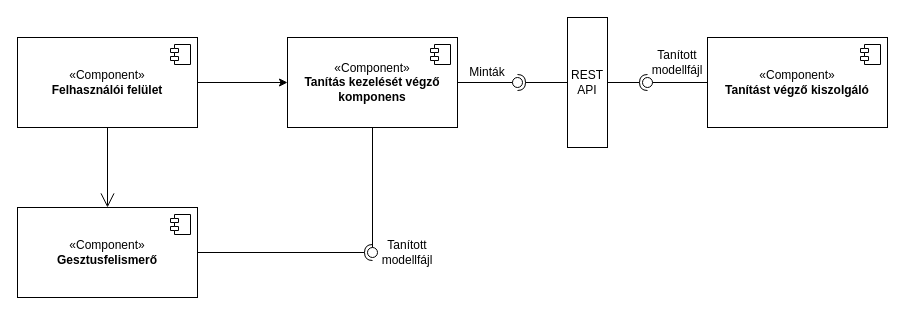
Before: Diagramok/Komponensdiagram.drawio in Excal21/GestureBoard, a draw.io diagram. Source tidied: cells renumbered, new cells numbered last; positions are measured from the earlier drawing's top-left corner, leaving out a move shared by most shapes. Both pictures are drawn from the tidied source at 100%, with x=0, y=0 at pixel (17, 17).
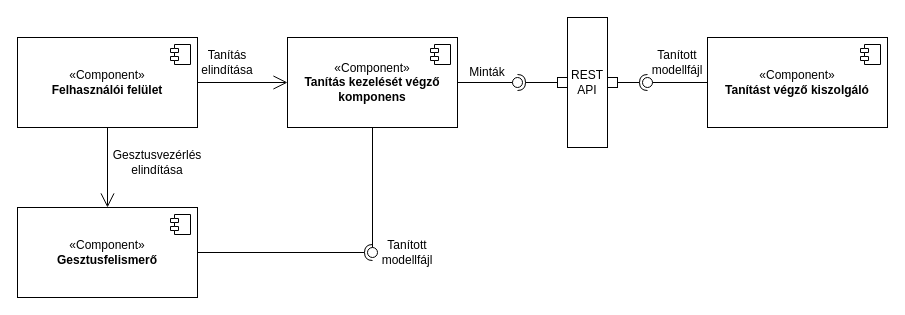
The same diagram, later.

The change refers to these unchanged cells:
```xml
<mxCell id="2" value="«Component&lt;span style=&quot;background-color: transparent; color: light-dark(rgb(0, 0, 0), rgb(255, 255, 255));&quot;&gt;»&lt;/span&gt;&lt;div&gt;&lt;b&gt;Felhasználói felület&lt;/b&gt;&lt;/div&gt;" style="html=1;whiteSpace=wrap;" parent="1" vertex="1">
  <mxGeometry y="20" width="180" height="90" as="geometry" />
</mxCell>
<mxCell id="4" value="«Component»&lt;br&gt;&lt;b&gt;Gesztusfelismerő&lt;/b&gt;" style="html=1;whiteSpace=wrap;" parent="1" vertex="1">
  <mxGeometry y="190" width="180" height="90" as="geometry" />
</mxCell>
<mxCell id="7" value="«Component»&lt;br&gt;&lt;b&gt;Tanítás kezelését végző komponens&lt;/b&gt;" style="html=1;whiteSpace=wrap;" parent="1" vertex="1">
  <mxGeometry x="270" y="20" width="170" height="90" as="geometry" />
</mxCell>
<mxCell id="16" value="REST API" style="html=1;whiteSpace=wrap;direction=south;" parent="1" vertex="1">
  <mxGeometry x="550" width="40" height="130" as="geometry" />
</mxCell>
```

Change to the diagram source:
```diff
@@
-    <mxCell id="6" style="endArrow=open;endFill=1;endSize=12;html=1;rounded=0;exitX=0.5;exitY=1;exitDx=0;exitDy=0;entryX=0.5;entryY=0;entryDx=0;entryDy=0;" parent="1" edge="1" source="2" target="4">
-      <mxGeometry relative="1" as="geometry" />
-    </mxCell>
@@
-    <mxCell id="9" style="endArrow=classic;html=1;rounded=0;exitX=1;exitY=0.5;exitDx=0;exitDy=0;entryX=0;entryY=0.5;entryDx=0;entryDy=0;" parent="1" edge="1" source="2" target="7">
-      <mxGeometry relative="1" as="geometry" />
-    </mxCell>
@@
-    <mxCell id="17" style="rounded=0;jettySize=auto;html=1;endArrow=halfCircle;endFill=0;endSize=6;strokeWidth=1;sketch=0;exitX=0.5;exitY=1;exitDx=0;exitDy=0;" parent="1" edge="1" source="16">
+    <mxCell id="17" style="rounded=0;jettySize=auto;html=1;endArrow=halfCircle;endFill=0;endSize=6;strokeWidth=1;sketch=0;exitX=0;exitY=0.5;exitDx=0;exitDy=0;" parent="1" edge="1" source="27">
       <mxGeometry relative="1" as="geometry">
         <mxPoint x="500" y="65" as="targetPoint" />
       </mxGeometry>
     </mxCell>
@@
-    <mxCell id="20" style="rounded=0;jettySize=auto;html=1;endArrow=halfCircle;endFill=0;endSize=6;strokeWidth=1;sketch=0;exitX=0.5;exitY=0;exitDx=0;exitDy=0;" parent="1" edge="1" source="16">
+    <mxCell id="20" style="rounded=0;jettySize=auto;html=1;endArrow=halfCircle;endFill=0;endSize=6;strokeWidth=1;sketch=0;exitX=1;exitY=0.5;exitDx=0;exitDy=0;" parent="1" edge="1" source="28">
       <mxGeometry relative="1" as="geometry">
         <mxPoint x="630" y="65" as="targetPoint" />
       </mxGeometry>
     </mxCell>
@@
+    <mxCell id="6" style="endArrow=open;endFill=1;endSize=12;html=1;rounded=0;exitX=0.5;exitY=1;exitDx=0;exitDy=0;entryX=0.5;entryY=0;entryDx=0;entryDy=0;" parent="1" edge="1" source="2" target="4">
+      <mxGeometry relative="1" as="geometry" />
+    </mxCell>
+    <mxCell id="9" style="endArrow=open;endFill=1;endSize=12;html=1;rounded=0;exitX=1;exitY=0.5;exitDx=0;exitDy=0;entryX=0;entryY=0.5;entryDx=0;entryDy=0;" parent="1" edge="1" source="2" target="7">
+      <mxGeometry relative="1" as="geometry" />
+    </mxCell>
+    <mxCell id="25" value="Tanítás elindítása" style="text;html=1;align=center;verticalAlign=middle;whiteSpace=wrap;rounded=0;" parent="1" vertex="1">
+      <mxGeometry x="180" y="30" width="60" height="30" as="geometry" />
+    </mxCell>
+    <mxCell id="26" value="Gesztusvezérlés elindítása" style="text;html=1;align=center;verticalAlign=middle;whiteSpace=wrap;rounded=0;" parent="1" vertex="1">
+      <mxGeometry x="110" y="130" width="60" height="30" as="geometry" />
+    </mxCell>
+    <mxCell id="27" style="whiteSpace=wrap;html=1;" parent="1" vertex="1">
+      <mxGeometry x="540" y="60" width="10" height="10" as="geometry" />
+    </mxCell>
+    <mxCell id="28" style="whiteSpace=wrap;html=1;" parent="1" vertex="1">
+      <mxGeometry x="590" y="60" width="10" height="10" as="geometry" />
+    </mxCell>
```
